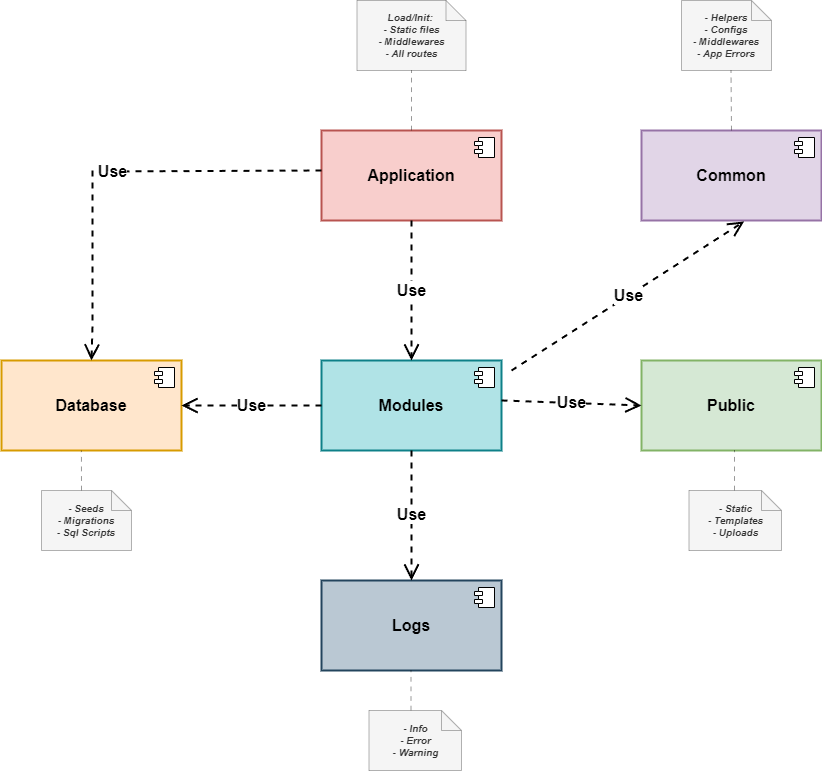
Before: docs/_diagrams/Modular Architecture.png, a diagram exported from draw.io (ortizdavid/golang-modular-software). Source tidied: cells renumbered, new cells last; positions are measured from the earlier drawing's top-left corner, leaving out a move shared by most shapes. Source of this version:
```xml
<mxGraphModel>
  <root>
    <mxCell id="0" />
    <mxCell id="1" parent="0" />
    <mxCell id="2" value="Common" style="html=1;whiteSpace=wrap;fillColor=#e1d5e7;strokeColor=#9673a6;fontSize=16;fontStyle=1;strokeWidth=2;" parent="1" vertex="1">
      <mxGeometry x="640" y="130" width="180" height="90" as="geometry" />
    </mxCell>
    <mxCell id="3" style="shape=module;jettyWidth=8;jettyHeight=4;fontSize=16;fontStyle=1;" parent="2" vertex="1">
      <mxGeometry x="1" width="20" height="20" relative="1" as="geometry">
        <mxPoint x="-27" y="7" as="offset" />
      </mxGeometry>
    </mxCell>
    <mxCell id="4" value="Modules" style="html=1;whiteSpace=wrap;fillColor=#b0e3e6;strokeColor=#0e8088;fontSize=16;fontStyle=1;strokeWidth=2;" parent="1" vertex="1">
      <mxGeometry x="320" y="360" width="180" height="90" as="geometry" />
    </mxCell>
    <mxCell id="5" style="shape=module;jettyWidth=8;jettyHeight=4;fontSize=16;fontStyle=1;" parent="4" vertex="1">
      <mxGeometry x="1" width="20" height="20" relative="1" as="geometry">
        <mxPoint x="-27" y="7" as="offset" />
      </mxGeometry>
    </mxCell>
    <mxCell id="6" value="Application" style="html=1;whiteSpace=wrap;fillColor=#f8cecc;strokeColor=#b85450;fontSize=16;fontStyle=1;strokeWidth=2;" parent="1" vertex="1">
      <mxGeometry x="320" y="130" width="180" height="90" as="geometry" />
    </mxCell>
    <mxCell id="7" style="shape=module;jettyWidth=8;jettyHeight=4;fontSize=16;fontStyle=1;" parent="6" vertex="1">
      <mxGeometry x="1" width="20" height="20" relative="1" as="geometry">
        <mxPoint x="-27" y="7" as="offset" />
      </mxGeometry>
    </mxCell>
    <mxCell id="8" value="Public" style="html=1;whiteSpace=wrap;fillColor=#d5e8d4;strokeColor=#82b366;fontSize=16;fontStyle=1;strokeWidth=2;" parent="1" vertex="1">
      <mxGeometry x="640" y="360" width="180" height="90" as="geometry" />
    </mxCell>
    <mxCell id="9" style="shape=module;jettyWidth=8;jettyHeight=4;fontSize=16;fontStyle=1;" parent="8" vertex="1">
      <mxGeometry x="1" width="20" height="20" relative="1" as="geometry">
        <mxPoint x="-27" y="7" as="offset" />
      </mxGeometry>
    </mxCell>
    <mxCell id="10" value="Logs" style="html=1;whiteSpace=wrap;fillColor=#bac8d3;strokeColor=#23445d;fontSize=16;fontStyle=1;strokeWidth=2;" parent="1" vertex="1">
      <mxGeometry x="320" y="580" width="180" height="90" as="geometry" />
    </mxCell>
    <mxCell id="11" style="shape=module;jettyWidth=8;jettyHeight=4;fontSize=16;fontStyle=1;" parent="10" vertex="1">
      <mxGeometry x="1" width="20" height="20" relative="1" as="geometry">
        <mxPoint x="-27" y="7" as="offset" />
      </mxGeometry>
    </mxCell>
    <mxCell id="12" value="Database" style="html=1;whiteSpace=wrap;fillColor=#ffe6cc;strokeColor=#d79b00;fontStyle=1;fontSize=16;strokeWidth=2;" parent="1" vertex="1">
      <mxGeometry y="360" width="180" height="90" as="geometry" />
    </mxCell>
    <mxCell id="13" style="shape=module;jettyWidth=8;jettyHeight=4;fontSize=16;fontStyle=1;" parent="12" vertex="1">
      <mxGeometry x="1" width="20" height="20" relative="1" as="geometry">
        <mxPoint x="-27" y="7" as="offset" />
      </mxGeometry>
    </mxCell>
    <mxCell id="14" value="Use" style="endArrow=open;endSize=12;dashed=1;html=1;rounded=0;entryX=0;entryY=0.5;entryDx=0;entryDy=0;exitX=1;exitY=0.444;exitDx=0;exitDy=0;exitPerimeter=0;fontSize=16;fontStyle=1;strokeWidth=2;" parent="1" edge="1" source="4" target="8">
      <mxGeometry relative="1" as="geometry" />
    </mxCell>
    <mxCell id="15" value="Use" style="endArrow=open;endSize=12;dashed=1;html=1;rounded=0;entryX=1;entryY=0.5;entryDx=0;entryDy=0;exitX=0;exitY=0.5;exitDx=0;exitDy=0;fontSize=16;fontStyle=1;strokeWidth=2;" parent="1" edge="1" source="4" target="12">
      <mxGeometry relative="1" as="geometry" />
    </mxCell>
    <mxCell id="16" value="Use" style="endArrow=open;endSize=12;dashed=1;html=1;rounded=0;exitX=0.5;exitY=1;exitDx=0;exitDy=0;entryX=0.5;entryY=0;entryDx=0;entryDy=0;fontSize=16;fontStyle=1;strokeWidth=2;" parent="1" edge="1" source="6" target="4">
      <mxGeometry relative="1" as="geometry" />
    </mxCell>
    <mxCell id="17" value="Use" style="endArrow=open;endSize=12;dashed=1;html=1;rounded=0;entryX=0.57;entryY=1.011;entryDx=0;entryDy=0;entryPerimeter=0;fontSize=16;fontStyle=1;strokeWidth=2;" parent="1" edge="1" target="2">
      <mxGeometry relative="1" as="geometry">
        <mxPoint x="510" y="370" as="sourcePoint" />
      </mxGeometry>
    </mxCell>
    <mxCell id="18" value="Use" style="endArrow=open;endSize=12;dashed=1;html=1;rounded=0;entryX=0.5;entryY=0;entryDx=0;entryDy=0;exitX=0.5;exitY=1;exitDx=0;exitDy=0;fontSize=16;fontStyle=1;strokeWidth=2;" parent="1" edge="1" source="4" target="10">
      <mxGeometry relative="1" as="geometry" />
    </mxCell>
    <mxCell id="19" value="Use" style="endArrow=open;endSize=12;dashed=1;html=1;rounded=0;exitX=0;exitY=0.5;exitDx=0;exitDy=0;edgeStyle=orthogonalEdgeStyle;fontSize=16;fontStyle=1;entryX=0.5;entryY=0;entryDx=0;entryDy=0;strokeWidth=2;" parent="1" edge="1" target="12">
      <mxGeometry relative="1" as="geometry">
        <mxPoint x="320" y="170" as="sourcePoint" />
        <Array as="points">
          <mxPoint x="91" y="171" />
          <mxPoint x="91" y="325" />
        </Array>
      </mxGeometry>
    </mxCell>
    <mxCell id="20" value="- Seeds&lt;br style=&quot;font-size: 10px;&quot;&gt;&lt;span style=&quot;background-color: initial; font-size: 10px;&quot;&gt;- Migrations&lt;/span&gt;&lt;div style=&quot;font-size: 10px;&quot;&gt;- Sql Scripts&lt;/div&gt;" style="shape=note;strokeWidth=0.5;fontSize=10;size=20;whiteSpace=wrap;html=1;fillColor=#f5f5f5;strokeColor=#666666;fontStyle=3;fontColor=#333333;" parent="1" vertex="1">
      <mxGeometry x="40" y="490" width="90" height="60" as="geometry" />
    </mxCell>
    <mxCell id="21" style="endArrow=none;dashed=1;html=1;strokeWidth=0.4;rounded=0;entryX=0.444;entryY=1;entryDx=0;entryDy=0;entryPerimeter=0;fontSize=5;dashPattern=12 12;" parent="1" edge="1" target="12">
      <mxGeometry relative="1" as="geometry">
        <mxPoint x="80" y="490" as="sourcePoint" />
      </mxGeometry>
    </mxCell>
    <mxCell id="22" value="- Static&lt;br style=&quot;font-size: 10px;&quot;&gt;&lt;span style=&quot;background-color: initial; font-size: 10px;&quot;&gt;- Templates&lt;/span&gt;&lt;div style=&quot;font-size: 10px;&quot;&gt;- Uploads&lt;/div&gt;" style="shape=note;strokeWidth=0.5;fontSize=10;size=20;whiteSpace=wrap;html=1;fillColor=#f5f5f5;strokeColor=#666666;fontStyle=3;fontColor=#333333;" parent="1" vertex="1">
      <mxGeometry x="687.5" y="490" width="92.5" height="60" as="geometry" />
    </mxCell>
    <mxCell id="23" value="- Info&lt;br style=&quot;font-size: 10px;&quot;&gt;&lt;span style=&quot;background-color: initial; font-size: 10px;&quot;&gt;- Error&lt;/span&gt;&lt;div style=&quot;font-size: 10px;&quot;&gt;- Warning&lt;/div&gt;" style="shape=note;strokeWidth=0.5;fontSize=10;size=20;whiteSpace=wrap;html=1;fillColor=#f5f5f5;strokeColor=#666666;fontStyle=3;fontColor=#333333;" parent="1" vertex="1">
      <mxGeometry x="367.5" y="710" width="92.5" height="60" as="geometry" />
    </mxCell>
    <mxCell id="24" value="- Helpers&lt;div&gt;- Configs&lt;br style=&quot;font-size: 10px;&quot;&gt;&lt;span style=&quot;background-color: initial; font-size: 10px;&quot;&gt;- Middlewares&lt;/span&gt;&lt;div style=&quot;font-size: 10px;&quot;&gt;- App Errors&lt;/div&gt;&lt;/div&gt;" style="shape=note;strokeWidth=0.5;fontSize=10;size=20;whiteSpace=wrap;html=1;fillColor=#f5f5f5;strokeColor=#666666;fontStyle=3;fontColor=#333333;" parent="1" vertex="1">
      <mxGeometry x="680" width="90" height="70" as="geometry" />
    </mxCell>
    <mxCell id="25" value="Load/Init:&amp;nbsp;&lt;br&gt;- Static files&lt;div&gt;- Middlewares&lt;br&gt;&lt;div&gt;&lt;span style=&quot;background-color: initial;&quot;&gt;- All routes&lt;/span&gt;&lt;/div&gt;&lt;/div&gt;" style="shape=note;strokeWidth=0.5;fontSize=10;size=20;whiteSpace=wrap;html=1;fillColor=#f5f5f5;strokeColor=#666666;fontStyle=3;fontColor=#333333;" parent="1" vertex="1">
      <mxGeometry x="355.5" width="109" height="70" as="geometry" />
    </mxCell>
    <mxCell id="26" style="endArrow=none;dashed=1;html=1;strokeWidth=0.4;rounded=0;entryX=0.444;entryY=1;entryDx=0;entryDy=0;entryPerimeter=0;fontSize=5;dashPattern=12 12;" parent="1" edge="1">
      <mxGeometry relative="1" as="geometry">
        <mxPoint x="409.5" y="710" as="sourcePoint" />
        <mxPoint x="409.5" y="670" as="targetPoint" />
      </mxGeometry>
    </mxCell>
    <mxCell id="27" style="endArrow=none;dashed=1;html=1;strokeWidth=0.4;rounded=0;entryX=0.55;entryY=1;entryDx=0;entryDy=0;entryPerimeter=0;fontSize=5;dashPattern=12 12;" parent="1" edge="1" target="24">
      <mxGeometry relative="1" as="geometry">
        <mxPoint x="730" y="130" as="sourcePoint" />
      </mxGeometry>
    </mxCell>
    <mxCell id="28" style="endArrow=none;dashed=1;html=1;strokeWidth=0.4;rounded=0;entryX=0.444;entryY=1;entryDx=0;entryDy=0;entryPerimeter=0;fontSize=5;dashPattern=12 12;" parent="1" edge="1">
      <mxGeometry relative="1" as="geometry">
        <mxPoint x="733.2" y="490" as="sourcePoint" />
        <mxPoint x="733.2" y="450" as="targetPoint" />
      </mxGeometry>
    </mxCell>
    <mxCell id="29" style="endArrow=none;dashed=1;html=1;strokeWidth=0.4;rounded=0;entryX=0.55;entryY=1;entryDx=0;entryDy=0;entryPerimeter=0;fontSize=5;dashPattern=12 12;exitX=0.5;exitY=0;exitDx=0;exitDy=0;exitPerimeter=0;" parent="1" edge="1" source="6">
      <mxGeometry relative="1" as="geometry">
        <mxPoint x="410" y="70" as="targetPoint" />
      </mxGeometry>
    </mxCell>
  </root>
</mxGraphModel>
```
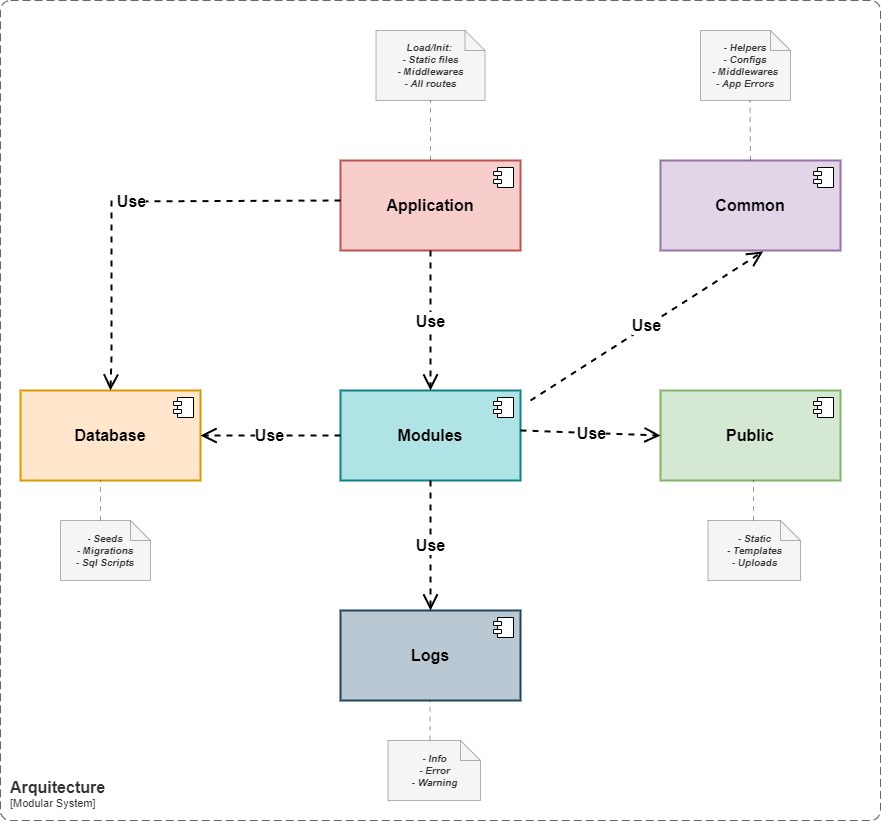
The same diagram one commit later.

Diff of the diagram source:
```diff
@@ -118,5 +118,10 @@
         <mxPoint x="410" y="70" as="targetPoint" />
       </mxGeometry>
     </mxCell>
+    <object id="30" label="&lt;font style=&quot;font-size: 16px&quot;&gt;&lt;b&gt;&lt;div style=&quot;text-align: left&quot;&gt;%c4Name%&lt;/div&gt;&lt;/b&gt;&lt;/font&gt;&lt;div style=&quot;text-align: left&quot;&gt;[%c4Application%]&lt;/div&gt;" c4Application="Modular System" c4Name="Arquitecture" c4Type="SystemScopeBoundary" placeholders="1">
+      <mxCell style="rounded=1;fontSize=11;whiteSpace=wrap;html=1;dashed=1;arcSize=20;fillColor=none;strokeColor=#666666;fontColor=#333333;labelBackgroundColor=none;align=left;verticalAlign=bottom;labelBorderColor=none;spacingTop=0;spacing=10;dashPattern=8 4;perimeter=rectanglePerimeter;noLabel=0;labelPadding=0;absoluteArcSize=1;" parent="1" vertex="1">
+        <mxGeometry x="-20" y="-30" width="880" height="820" as="geometry" />
+      </mxCell>
+    </object>
   </root>
 </mxGraphModel>
```
